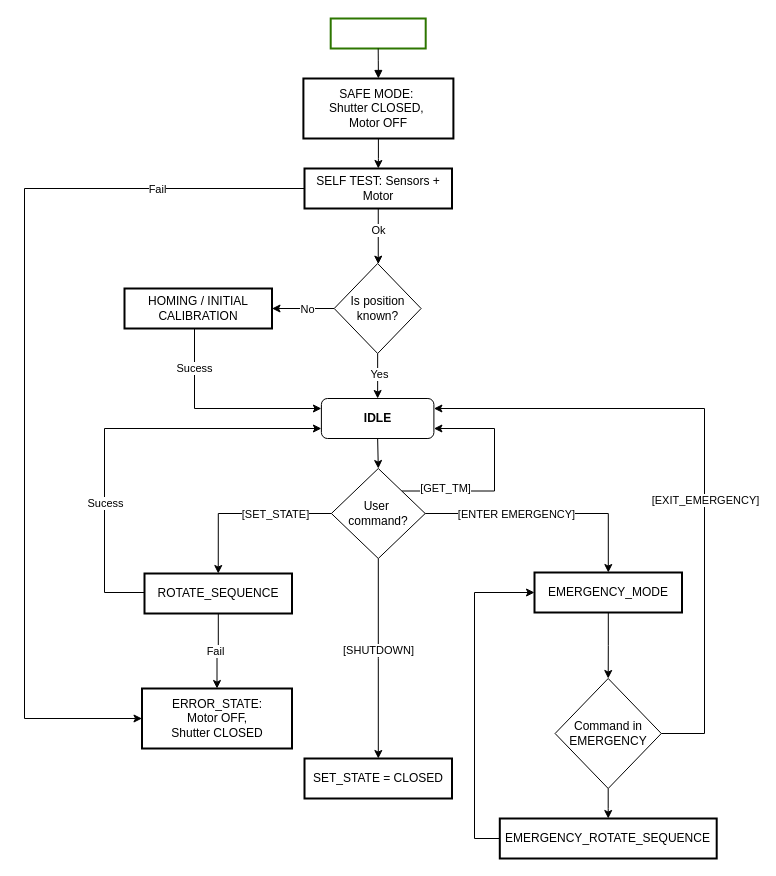
Earlier version of the draw.io diagram TriPrism Filter_Flowchart.drawio (Krypel20/TriPrism-Filter-Control-Software). Source tidied: cells renumbered, new cells numbered last; positions are measured from the earlier drawing's top-left corner, leaving out a move shared by most shapes. Both pictures are drawn from the tidied source at 100%, with x=0, y=0 at pixel (24, 18).
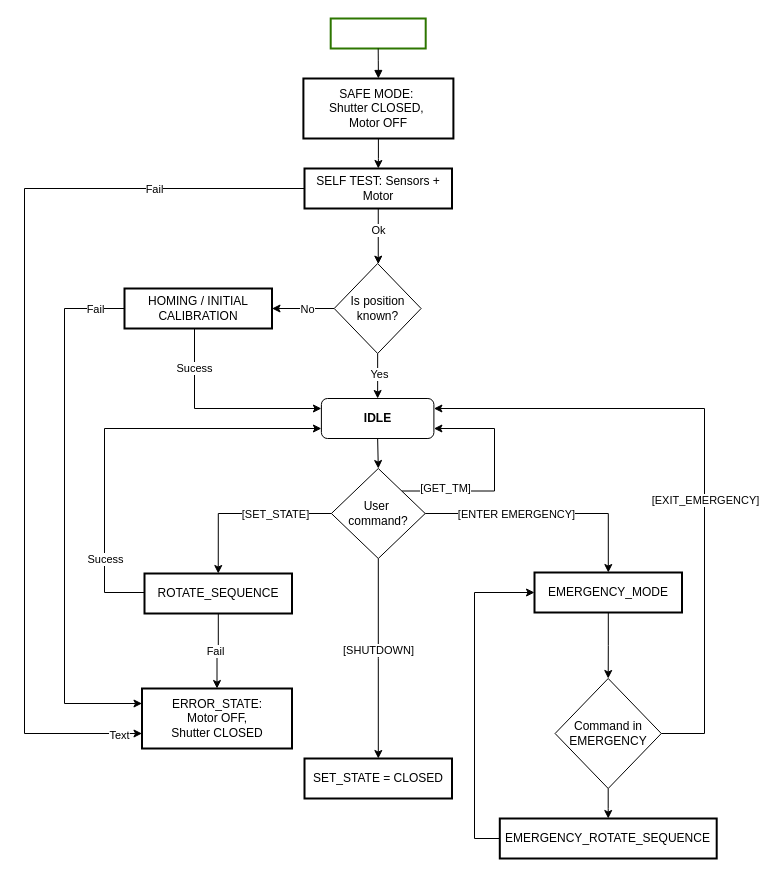
The same page after the edit.

Unchanged cells that the change refers to:
```xml
<mxCell id="10" value="SELF TEST: Sensors + Motor" style="whiteSpace=wrap;strokeWidth=2;" parent="1" vertex="1">
  <mxGeometry x="280" y="150" width="147.5" height="40" as="geometry" />
</mxCell>
<mxCell id="28" style="edgeStyle=orthogonalEdgeStyle;rounded=0;jettySize=auto;html=1;entryX=0;entryY=0.75;entryDx=0;entryDy=0;exitX=0;exitY=0.5;exitDx=0;exitDy=0;" parent="1" edge="1" source="32" target="17">
  <mxGeometry relative="1" as="geometry">
    <Array as="points">
      <mxPoint x="80" y="574" />
      <mxPoint x="80" y="410" />
    </Array>
  </mxGeometry>
</mxCell>
<mxCell id="41" value="ERROR_STATE:&#10;Motor OFF,&#10;Shutter CLOSED" style="whiteSpace=wrap;strokeWidth=2;strokeColor=light-dark(#000000,#BE0000);" parent="1" vertex="1">
  <mxGeometry x="117.5" y="670" width="150" height="60" as="geometry" />
</mxCell>
<mxCell id="44" value="HOMING / INITIAL&#10;CALIBRATION" style="whiteSpace=wrap;strokeWidth=2;" parent="1" vertex="1">
  <mxGeometry x="100" y="270" width="147.5" height="40" as="geometry" />
</mxCell>
```

Diff of the diagram source:
```diff
@@
-    <mxCell id="8" style="edgeStyle=orthogonalEdgeStyle;rounded=0;jettySize=auto;html=1;entryX=0;entryY=0.5;entryDx=0;entryDy=0;" parent="1" edge="1" source="10" target="41">
+    <mxCell id="8" style="edgeStyle=orthogonalEdgeStyle;rounded=0;jettySize=auto;html=1;entryX=0;entryY=0.75;entryDx=0;entryDy=0;" parent="1" edge="1" source="10" target="41">
       <mxGeometry relative="1" as="geometry">
         <Array as="points">
           <mxPoint y="170" />
-          <mxPoint y="700" />
+          <mxPoint y="715" />
         </Array>
       </mxGeometry>
     </mxCell>
@@
+    <mxCell id="45" value="Text" style="edgeLabel;html=1;align=center;verticalAlign=middle;" parent="8" vertex="1">
+      <mxGeometry x="0.95" y="-1" relative="1" as="geometry" />
+    </mxCell>
@@
     <mxCell id="29" value="Sucess" style="edgeLabel;html=1;align=center;verticalAlign=middle;" parent="28" vertex="1">
-      <mxGeometry x="-0.38" relative="1" as="geometry" />
+      <mxGeometry x="-0.38" relative="1" as="geometry">
+        <mxPoint y="56" as="offset" />
+      </mxGeometry>
     </mxCell>
@@
+    <mxCell id="46" style="edgeStyle=orthogonalEdgeStyle;rounded=0;jettySize=auto;html=1;entryX=0;entryY=0.25;entryDx=0;entryDy=0;" parent="1" edge="1" source="44" target="41">
+      <mxGeometry relative="1" as="geometry">
+        <Array as="points">
+          <mxPoint x="40" y="290" />
+          <mxPoint x="40" y="685" />
+        </Array>
+      </mxGeometry>
+    </mxCell>
+    <mxCell id="47" value="Fail" style="edgeLabel;html=1;align=center;verticalAlign=middle;" parent="46" vertex="1">
+      <mxGeometry x="-0.07" y="-1" relative="1" as="geometry">
+        <mxPoint x="31" y="-188" as="offset" />
+      </mxGeometry>
+    </mxCell>
```
